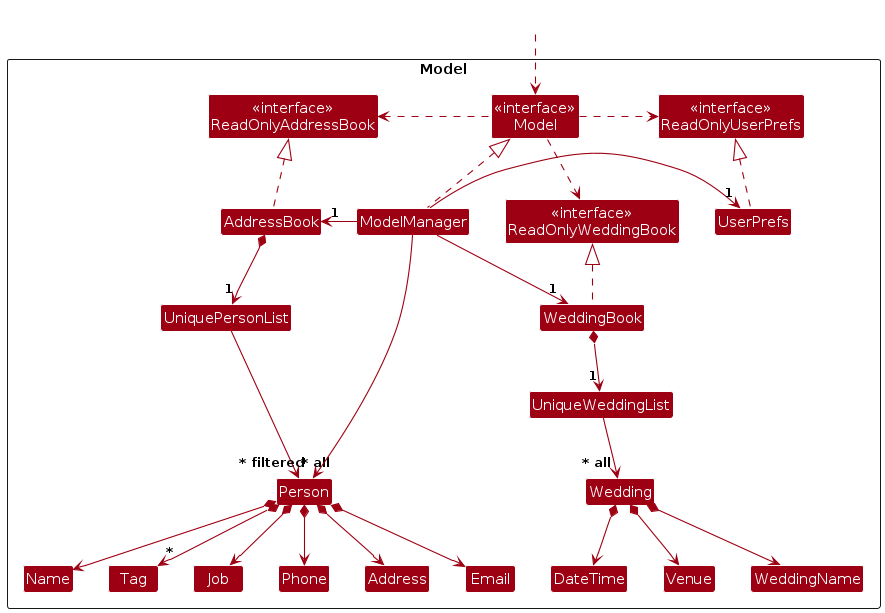
Earlier version of the PlantUML export diagrams/ModelClassDiagram.png (AY2425S1-CS2103T-W13-4/tp). Its source is kept beside it as diagrams/ModelClassDiagram.puml. The source it was exported from:
```plantuml
@startuml
!include style.puml
skinparam arrowThickness 1.1
skinparam arrowColor MODEL_COLOR
skinparam classBackgroundColor MODEL_COLOR

Package Model as ModelPackage <<Rectangle>>{
Class "<<interface>>\nReadOnlyAddressBook" as ReadOnlyAddressBook
Class "<<interface>>\nReadOnlyUserPrefs" as ReadOnlyUserPrefs
Class "<<interface>>\nModel" as Model
Class "<<interface>>\nReadOnlyWeddingBook" as ReadOnlyWeddingBook
Class AddressBook
Class ModelManager
Class UserPrefs
Class WeddingBook

Class UniquePersonList
Class Person
Class Address
Class Email
Class Name
Class Phone
Class Tag
Class Job

Class UniqueWeddingList
Class Wedding
Class DateTime
Class Venue
Class WeddingName

Class I #FFFFFF
}

Class HiddenOutside #FFFFFF
HiddenOutside ..> Model

AddressBook .up.|> ReadOnlyAddressBook

ModelManager .up.|> Model
Model .right.> ReadOnlyUserPrefs
Model .left.> ReadOnlyAddressBook
Model .down.> ReadOnlyWeddingBook
ModelManager -left-> "1" AddressBook
ModelManager -right-> "1" UserPrefs
ModelManager -down-> "1" WeddingBook
UserPrefs .up.|> ReadOnlyUserPrefs

AddressBook *--> "1" UniquePersonList
UniquePersonList --> "~* all" Person
Person *--> Name
Person *--> Phone
Person *--> Email
Person *--> Address
Person *--> "*" Tag
Person *--> Job

Person -[hidden]up--> I
UniquePersonList -[hidden]right-> I

Name -[hidden]right-> Phone
Phone -[hidden]right-> Address
Address -[hidden]right-> Email

WeddingBook *--> "1" UniqueWeddingList
UniqueWeddingList --> "~* all" Wedding
Wedding *--> WeddingName
Wedding *--> DateTime
Wedding *--> Venue

ModelManager --> "~* filtered" Person

WeddingBook .up.|> ReadOnlyWeddingBook
@enduml
```
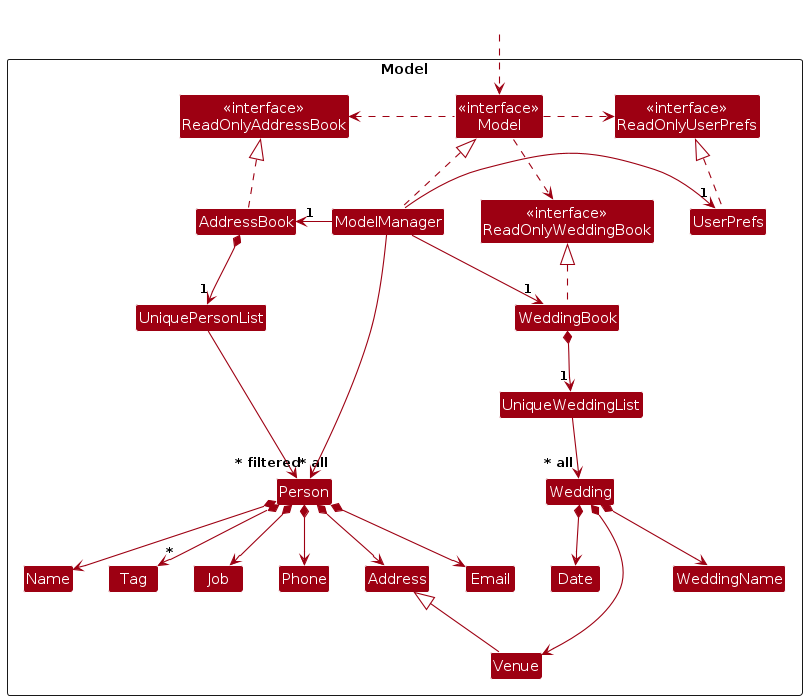
The same file after the commit.

What changed in the source:
```diff
@@ -25,7 +25,7 @@
 
 Class UniqueWeddingList
 Class Wedding
-Class DateTime
+Class Date
 Class Venue
 Class WeddingName
 
@@ -65,8 +65,10 @@
 WeddingBook *--> "1" UniqueWeddingList
 UniqueWeddingList --> "~* all" Wedding
 Wedding *--> WeddingName
-Wedding *--> DateTime
-Wedding *--> Venue
+Wedding *--> Date
+Wedding *---> Venue
+
+Venue -up-|> Address
 
 ModelManager --> "~* filtered" Person
 
```
